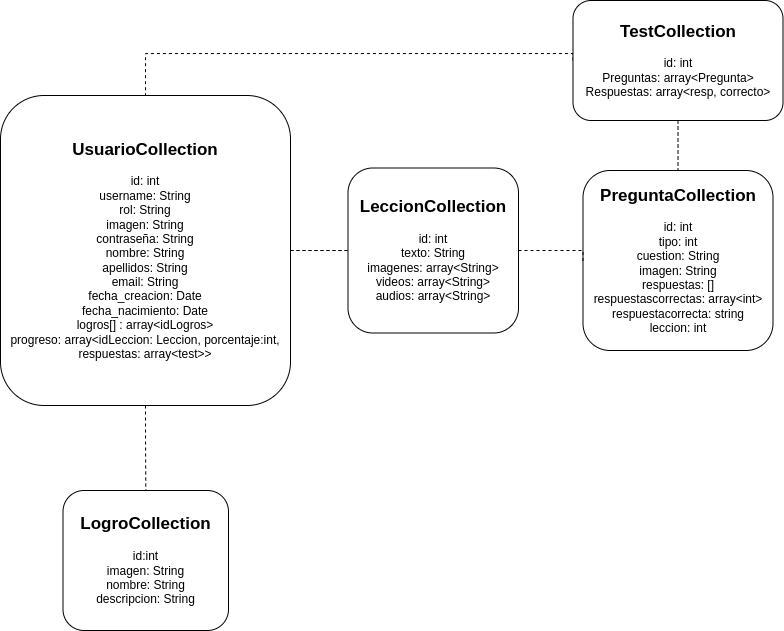
This is Memoria/imagenes/c6/bbdd.png from SergioHrvas/MeloudyAppTFG, a draw.io export, as it was before one commit. Source tidied: cells renumbered, new cells last; positions are measured from the earlier drawing's top-left corner, leaving out a move shared by most shapes.
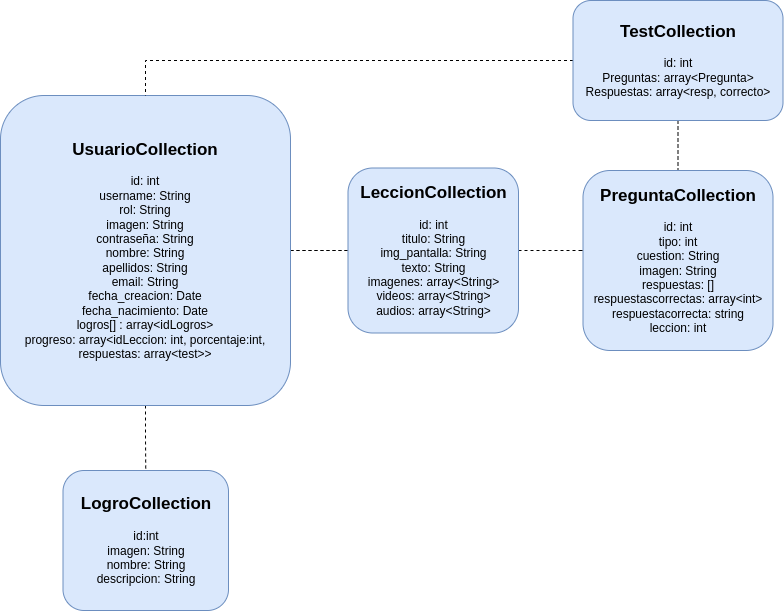
After the commit.

Change to the diagram source:
```diff
@@ -11,7 +11,7 @@
     <mxCell id="4" style="edgeStyle=orthogonalEdgeStyle;rounded=0;jettySize=auto;html=1;dashed=1;startArrow=none;startFill=0;endArrow=none;endFill=0;entryX=0;entryY=0.5;entryDx=0;entryDy=0;" parent="1" edge="1" source="5" target="11">
       <mxGeometry relative="1" as="geometry" />
     </mxCell>
-    <mxCell id="5" value="&lt;b&gt;&lt;font style=&quot;font-size: 17px;&quot;&gt;UsuarioCollection&lt;br&gt;&lt;/font&gt;&lt;/b&gt;&lt;br&gt;id: int&lt;br&gt;username: String&lt;br&gt;rol: String&lt;br&gt;imagen: String&lt;br&gt;contraseña: String&lt;br&gt;nombre: String&lt;br&gt;apellidos: String&lt;br&gt;email: String&lt;br&gt;fecha_creacion: Date&lt;br&gt;fecha_nacimiento: Date&lt;br&gt;logros[] : array&amp;lt;idLogros&amp;gt;&lt;br&gt;progreso: array&amp;lt;idLeccion: Leccion, porcentaje:int, respuestas: array&amp;lt;test&amp;gt;&amp;gt;" style="rounded=1;whiteSpace=wrap;html=1;" parent="1" vertex="1">
+    <mxCell id="5" value="&lt;b&gt;&lt;font style=&quot;font-size: 17px;&quot;&gt;UsuarioCollection&lt;br&gt;&lt;/font&gt;&lt;/b&gt;&lt;br&gt;id: int&lt;br&gt;username: String&lt;br&gt;rol: String&lt;br&gt;imagen: String&lt;br&gt;contraseña: String&lt;br&gt;nombre: String&lt;br&gt;apellidos: String&lt;br&gt;email: String&lt;br&gt;fecha_creacion: Date&lt;br&gt;fecha_nacimiento: Date&lt;br&gt;logros[] : array&amp;lt;idLogros&amp;gt;&lt;br&gt;progreso: array&amp;lt;idLeccion: int, porcentaje:int, respuestas: array&amp;lt;test&amp;gt;&amp;gt;" style="rounded=1;whiteSpace=wrap;html=1;fillColor=#dae8fc;strokeColor=#6c8ebf;" parent="1" vertex="1">
       <mxGeometry y="95" width="290" height="310" as="geometry" />
     </mxCell>
     <mxCell id="6" style="edgeStyle=orthogonalEdgeStyle;rounded=0;jettySize=auto;html=1;exitX=0.5;exitY=1;exitDx=0;exitDy=0;entryX=0.5;entryY=0;entryDx=0;entryDy=0;fontSize=17;startArrow=none;startFill=0;endArrow=none;endFill=0;dashed=1;" parent="1" edge="1" source="8" target="9">
@@ -22,31 +22,32 @@
         </Array>
       </mxGeometry>
     </mxCell>
-    <mxCell id="7" style="edgeStyle=orthogonalEdgeStyle;rounded=0;jettySize=auto;html=1;exitX=0;exitY=0.5;exitDx=0;exitDy=0;entryX=0.5;entryY=0;entryDx=0;entryDy=0;fontSize=17;startArrow=none;startFill=0;endArrow=none;endFill=0;dashed=1;" parent="1" edge="1" source="8" target="5">
+    <mxCell id="7" style="edgeStyle=orthogonalEdgeStyle;rounded=0;jettySize=auto;html=1;entryX=0.5;entryY=0;entryDx=0;entryDy=0;fontSize=17;startArrow=none;startFill=0;endArrow=none;endFill=0;dashed=1;exitX=0;exitY=0.5;exitDx=0;exitDy=0;" parent="1" edge="1" source="8" target="5">
       <mxGeometry relative="1" as="geometry">
         <Array as="points">
-          <mxPoint x="145.5" y="53" />
+          <mxPoint x="145" y="60" />
         </Array>
       </mxGeometry>
     </mxCell>
-    <mxCell id="8" value="&lt;font style=&quot;&quot;&gt;&lt;font style=&quot;font-weight: bold; font-size: 17px;&quot;&gt;TestCollection&lt;br&gt;&lt;/font&gt;&lt;br&gt;id: int&lt;br&gt;&lt;/font&gt;&lt;font style=&quot;font-size: 12px;&quot;&gt;Preguntas: array&amp;lt;Pregunta&amp;gt;&lt;br&gt;Respuestas: array&amp;lt;resp, correcto&amp;gt;&lt;br&gt;&lt;/font&gt;" style="rounded=1;whiteSpace=wrap;html=1;" parent="1" vertex="1">
+    <mxCell id="8" value="&lt;font style=&quot;&quot;&gt;&lt;font style=&quot;font-weight: bold; font-size: 17px;&quot;&gt;TestCollection&lt;br&gt;&lt;/font&gt;&lt;br&gt;id: int&lt;br&gt;&lt;/font&gt;&lt;font style=&quot;font-size: 12px;&quot;&gt;Preguntas: array&amp;lt;Pregunta&amp;gt;&lt;br&gt;Respuestas: array&amp;lt;resp, correcto&amp;gt;&lt;br&gt;&lt;/font&gt;" style="rounded=1;whiteSpace=wrap;html=1;fillColor=#dae8fc;strokeColor=#6c8ebf;" parent="1" vertex="1">
       <mxGeometry x="572.5" width="210" height="120" as="geometry" />
     </mxCell>
-    <mxCell id="9" value="&lt;font style=&quot;font-size: 17px;&quot;&gt;&lt;b&gt;PreguntaCollection&lt;br&gt;&lt;/b&gt;&lt;/font&gt;&lt;br&gt;id: int&lt;br&gt;tipo: int&lt;br&gt;cuestion: String&lt;br&gt;imagen: String&lt;br&gt;respuestas: []&lt;br&gt;respuestascorrectas: array&amp;lt;int&amp;gt;&lt;br&gt;respuestacorrecta: string&lt;br&gt;leccion: int" style="rounded=1;whiteSpace=wrap;html=1;" parent="1" vertex="1">
+    <mxCell id="9" value="&lt;font style=&quot;font-size: 17px;&quot;&gt;&lt;b&gt;PreguntaCollection&lt;br&gt;&lt;/b&gt;&lt;/font&gt;&lt;br&gt;id: int&lt;br&gt;tipo: int&lt;br&gt;cuestion: String&lt;br&gt;imagen: String&lt;br&gt;respuestas: []&lt;br&gt;respuestascorrectas: array&amp;lt;int&amp;gt;&lt;br&gt;respuestacorrecta: string&lt;br&gt;leccion: int" style="rounded=1;whiteSpace=wrap;html=1;fillColor=#dae8fc;strokeColor=#6c8ebf;" parent="1" vertex="1">
       <mxGeometry x="582.5" y="170" width="190" height="180" as="geometry" />
     </mxCell>
-    <mxCell id="10" style="edgeStyle=orthogonalEdgeStyle;rounded=0;jettySize=auto;html=1;entryX=0;entryY=0.5;entryDx=0;entryDy=0;fontSize=17;startArrow=none;startFill=0;endArrow=none;endFill=0;dashed=1;exitX=1;exitY=0.5;exitDx=0;exitDy=0;" parent="1" edge="1" source="11" target="9">
+    <mxCell id="10" style="edgeStyle=orthogonalEdgeStyle;rounded=0;jettySize=auto;html=1;fontSize=17;startArrow=none;startFill=0;endArrow=none;endFill=0;dashed=1;exitX=1;exitY=0.5;exitDx=0;exitDy=0;" parent="1" edge="1" source="11">
       <mxGeometry relative="1" as="geometry">
+        <mxPoint x="578" y="250" as="targetPoint" />
         <Array as="points">
-          <mxPoint x="582" y="250" />
+          <mxPoint x="583" y="250" />
         </Array>
       </mxGeometry>
     </mxCell>
-    <mxCell id="11" value="&lt;b&gt;&lt;font style=&quot;font-size: 17px;&quot;&gt;LeccionCollection&lt;br&gt;&lt;/font&gt;&lt;/b&gt;&lt;br&gt;id: int&lt;br&gt;texto: String&lt;br&gt;imagenes: array&amp;lt;String&amp;gt;&lt;br&gt;videos: array&amp;lt;String&amp;gt;&lt;br&gt;audios: array&amp;lt;String&amp;gt;" style="rounded=1;whiteSpace=wrap;html=1;" parent="1" vertex="1">
+    <mxCell id="11" value="&lt;b&gt;&lt;font style=&quot;font-size: 17px;&quot;&gt;LeccionCollection&lt;br&gt;&lt;/font&gt;&lt;/b&gt;&lt;br&gt;id: int&lt;br&gt;titulo: String&lt;br&gt;img_pantalla: String&lt;br&gt;texto: String&lt;br&gt;imagenes: array&amp;lt;String&amp;gt;&lt;br&gt;videos: array&amp;lt;String&amp;gt;&lt;br&gt;audios: array&amp;lt;String&amp;gt;" style="rounded=1;whiteSpace=wrap;html=1;fillColor=#dae8fc;strokeColor=#6c8ebf;" parent="1" vertex="1">
       <mxGeometry x="347.5" y="167.5" width="170.5" height="165" as="geometry" />
     </mxCell>
-    <mxCell id="12" value="&lt;font style=&quot;&quot;&gt;&lt;b style=&quot;&quot;&gt;&lt;font style=&quot;font-size: 17px;&quot;&gt;LogroCollection&lt;/font&gt;&lt;/b&gt;&lt;br&gt;&lt;br&gt;id:int&lt;br&gt;imagen: String&lt;br&gt;nombre: String&lt;br&gt;descripcion: String&lt;br&gt;&lt;/font&gt;" style="rounded=1;whiteSpace=wrap;html=1;" parent="1" vertex="1">
-      <mxGeometry x="62.5" y="490" width="165.5" height="140" as="geometry" />
+    <mxCell id="12" value="&lt;font style=&quot;&quot;&gt;&lt;b style=&quot;&quot;&gt;&lt;font style=&quot;font-size: 17px;&quot;&gt;LogroCollection&lt;/font&gt;&lt;/b&gt;&lt;br&gt;&lt;br&gt;id:int&lt;br&gt;imagen: String&lt;br&gt;nombre: String&lt;br&gt;descripcion: String&lt;br&gt;&lt;/font&gt;" style="rounded=1;whiteSpace=wrap;html=1;fillColor=#dae8fc;strokeColor=#6c8ebf;" parent="1" vertex="1">
+      <mxGeometry x="62.5" y="470" width="165.5" height="140" as="geometry" />
     </mxCell>
   </root>
 </mxGraphModel>
```
